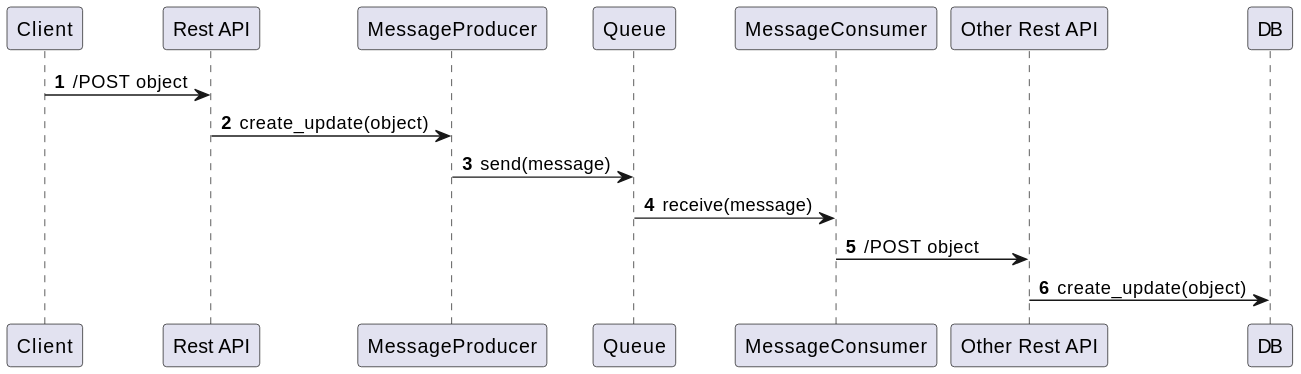
This is doc/adr/img/RestAPIPublisherSubscriberDiagram.svg from adetola-adewodu/architecture-decision-records, a PlantUML export, as it was before one commit.
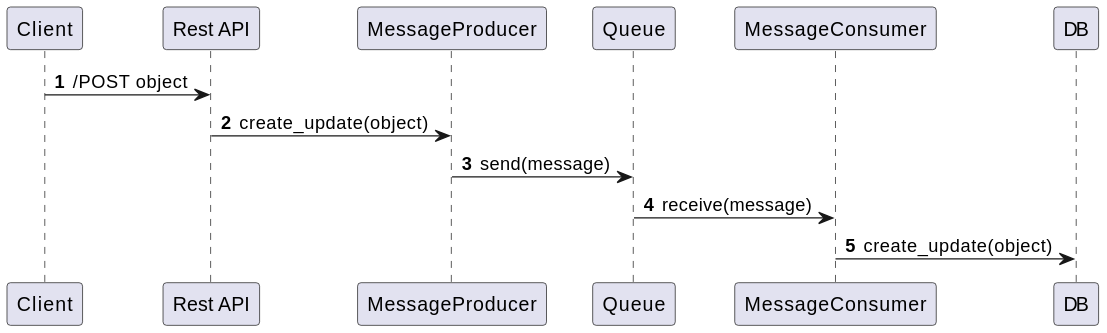
The same diagram one commit later.

What changed in the source:
```diff
@@ -5,6 +5,5 @@
 "Rest API" -> MessageProducer: create_update(object)
 MessageProducer -> Queue : send(message)
 Queue -> MessageConsumer : receive(message)
-MessageConsumer -> "Other Rest API": /POST object
-"Other Rest API" -> DB: create_update(object)
+MessageConsumer -> DB: create_update(object)
 @enduml
```
